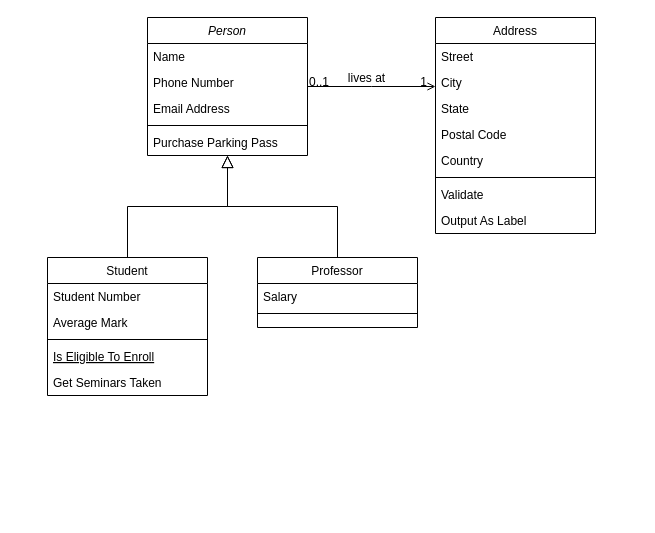
This is Untitled Diagram.drawio from coder-nguoi-tay/admin_tien, a draw.io file, before an edit. Source tidied: cells renumbered, new cells numbered last; positions are measured from the earlier drawing's top-left corner, leaving out a move shared by most shapes. Both pictures are drawn from the tidied source at 100%, with x=0, y=0 at pixel (47, 17).
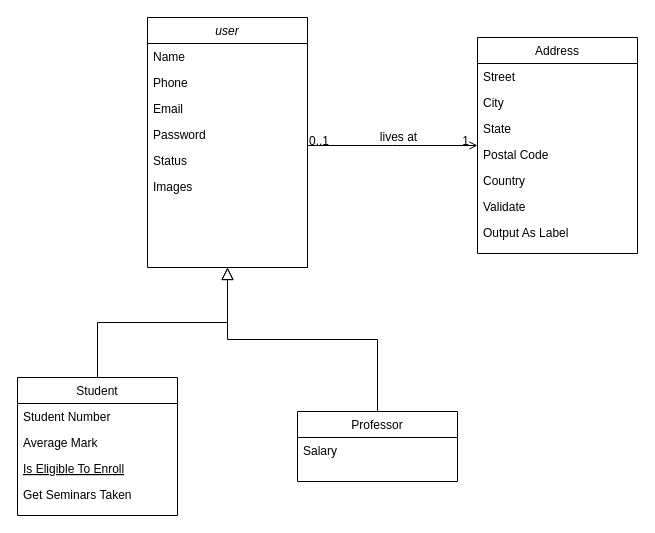
The same diagram, later.

The edit, as a diff of the source:
```diff
@@
-    <mxCell id="2" value="Person" style="swimlane;fontStyle=2;align=center;verticalAlign=top;horizontal=1;startSize=26;rounded=0;shadow=0;strokeWidth=1;" parent="1" vertex="1">
-      <mxGeometry x="100" width="160" height="138" as="geometry" />
+    <mxCell id="2" value="user" style="swimlane;fontStyle=2;align=center;verticalAlign=top;horizontal=1;startSize=26;rounded=0;shadow=0;strokeWidth=1;" parent="1" vertex="1">
+      <mxGeometry x="100" width="160" height="250" as="geometry" />
     </mxCell>
@@
-    <mxCell id="4" value="Phone Number" style="text;align=left;verticalAlign=top;spacingLeft=4;spacingRight=4;overflow=hidden;rounded=0;shadow=0;html=0;" parent="2" vertex="1">
+    <mxCell id="4" value="Phone" style="text;align=left;verticalAlign=top;spacingLeft=4;spacingRight=4;overflow=hidden;rounded=0;shadow=0;html=0;" parent="2" vertex="1">
       <mxGeometry y="52" width="160" height="26" as="geometry" />
     </mxCell>
+    <mxCell id="32" value="Email " style="text;align=left;verticalAlign=top;spacingLeft=4;spacingRight=4;overflow=hidden;rounded=0;shadow=0;html=0;" parent="2" vertex="1">
+      <mxGeometry y="78" width="160" height="26" as="geometry" />
+    </mxCell>
-    <mxCell id="5" value="Email Address" style="text;align=left;verticalAlign=top;spacingLeft=4;spacingRight=4;overflow=hidden;rounded=0;shadow=0;html=0;" parent="2" vertex="1">
-      <mxGeometry y="78" width="160" height="26" as="geometry" />
+    <mxCell id="5" value="Password" style="text;align=left;verticalAlign=top;spacingLeft=4;spacingRight=4;overflow=hidden;rounded=0;shadow=0;html=0;" parent="2" vertex="1">
+      <mxGeometry y="104" width="160" height="26" as="geometry" />
     </mxCell>
-    <mxCell id="6" style="line;html=1;strokeWidth=1;align=left;verticalAlign=middle;spacingTop=-1;spacingLeft=3;spacingRight=3;labelPosition=right;" parent="2" vertex="1">
-      <mxGeometry y="104" width="160" height="8" as="geometry" />
-    </mxCell>
-    <mxCell id="7" value="Purchase Parking Pass" style="text;align=left;verticalAlign=top;spacingLeft=4;spacingRight=4;overflow=hidden;" parent="2" vertex="1">
-      <mxGeometry y="112" width="160" height="26" as="geometry" />
-    </mxCell>
+    <mxCell id="33" value="Status" style="text;align=left;verticalAlign=top;spacingLeft=4;spacingRight=4;overflow=hidden;rounded=0;shadow=0;html=0;" parent="2" vertex="1">
+      <mxGeometry y="130" width="160" height="26" as="geometry" />
+    </mxCell>
+    <mxCell id="34" value="Images" style="text;align=left;verticalAlign=top;spacingLeft=4;spacingRight=4;overflow=hidden;rounded=0;shadow=0;html=0;" parent="2" vertex="1">
+      <mxGeometry y="156" width="160" height="26" as="geometry" />
+    </mxCell>
     <mxCell id="8" value="Student" style="swimlane;fontStyle=0;align=center;verticalAlign=top;horizontal=1;startSize=26;rounded=0;shadow=0;strokeWidth=1;" parent="1" vertex="1">
-      <mxGeometry y="240" width="160" height="138" as="geometry" />
+      <mxGeometry x="-30" y="360" width="160" height="138" as="geometry" />
     </mxCell>
@@
-    <mxCell id="11" style="line;html=1;strokeWidth=1;align=left;verticalAlign=middle;spacingTop=-1;spacingLeft=3;spacingRight=3;labelPosition=right;" parent="8" vertex="1">
-      <mxGeometry y="78" width="160" height="8" as="geometry" />
-    </mxCell>
     <mxCell id="12" value="Is Eligible To Enroll" style="text;align=left;verticalAlign=top;spacingLeft=4;spacingRight=4;overflow=hidden;fontStyle=4;" parent="8" vertex="1">
-      <mxGeometry y="86" width="160" height="26" as="geometry" />
+      <mxGeometry y="78" width="160" height="26" as="geometry" />
     </mxCell>
     <mxCell id="13" value="Get Seminars Taken" style="text;align=left;verticalAlign=top;spacingLeft=4;spacingRight=4;overflow=hidden;" parent="8" vertex="1">
-      <mxGeometry y="112" width="160" height="26" as="geometry" />
+      <mxGeometry y="104" width="160" height="26" as="geometry" />
     </mxCell>
@@
     <mxCell id="15" value="Professor" style="swimlane;fontStyle=0;align=center;verticalAlign=top;horizontal=1;startSize=26;rounded=0;shadow=0;strokeWidth=1;" parent="1" vertex="1">
-      <mxGeometry x="210" y="240" width="160" height="70" as="geometry" />
+      <mxGeometry x="250" y="394" width="160" height="70" as="geometry" />
     </mxCell>
@@
-    <mxCell id="17" style="line;html=1;strokeWidth=1;align=left;verticalAlign=middle;spacingTop=-1;spacingLeft=3;spacingRight=3;labelPosition=right;" parent="15" vertex="1">
-      <mxGeometry y="52" width="160" height="8" as="geometry" />
-    </mxCell>
@@
     <mxCell id="19" value="Address" style="swimlane;fontStyle=0;align=center;verticalAlign=top;horizontal=1;startSize=26;rounded=0;shadow=0;strokeWidth=1;" parent="1" vertex="1">
-      <mxGeometry x="388" width="160" height="216" as="geometry" />
+      <mxGeometry x="430" y="20" width="160" height="216" as="geometry" />
     </mxCell>
@@
-    <mxCell id="25" style="line;html=1;strokeWidth=1;align=left;verticalAlign=middle;spacingTop=-1;spacingLeft=3;spacingRight=3;labelPosition=right;" parent="19" vertex="1">
-      <mxGeometry y="156" width="160" height="8" as="geometry" />
-    </mxCell>
     <mxCell id="26" value="Validate" style="text;align=left;verticalAlign=top;spacingLeft=4;spacingRight=4;overflow=hidden;" parent="19" vertex="1">
-      <mxGeometry y="164" width="160" height="26" as="geometry" />
+      <mxGeometry y="156" width="160" height="26" as="geometry" />
     </mxCell>
     <mxCell id="27" value="Output As Label" style="text;align=left;verticalAlign=top;spacingLeft=4;spacingRight=4;overflow=hidden;" parent="19" vertex="1">
-      <mxGeometry y="190" width="160" height="26" as="geometry" />
+      <mxGeometry y="182" width="160" height="26" as="geometry" />
     </mxCell>
```
